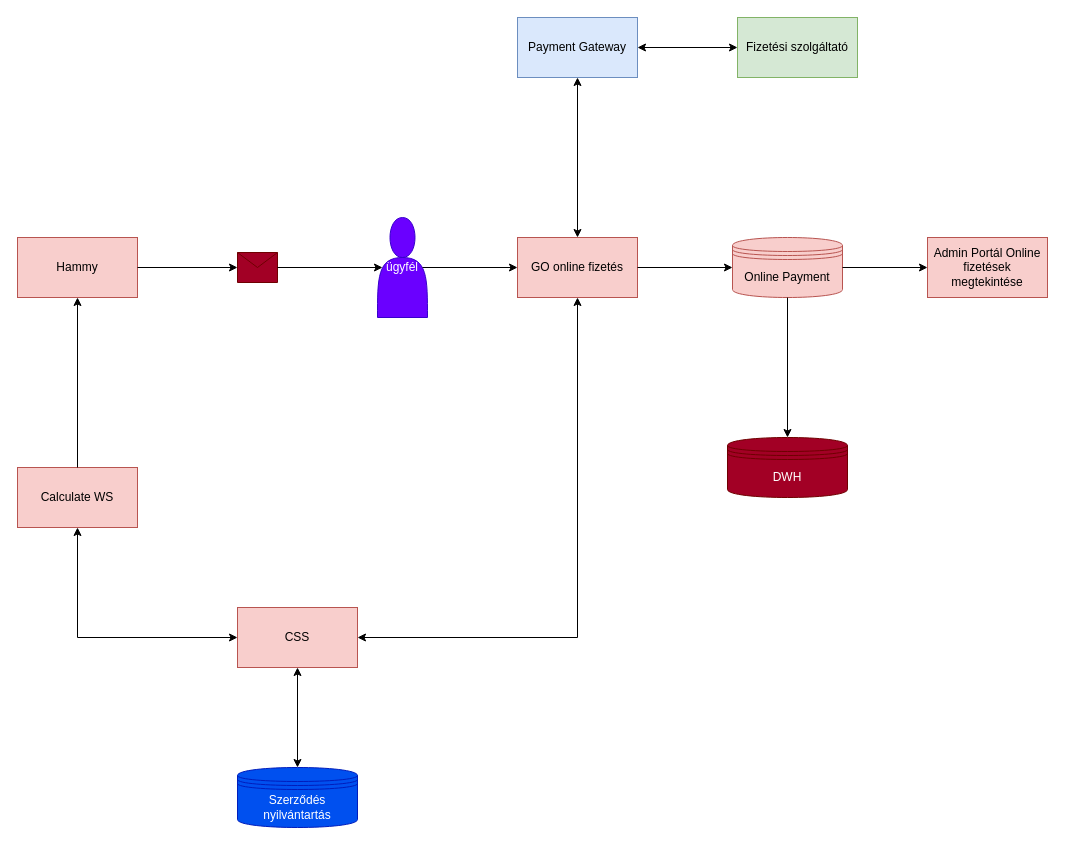
The draw.io diagram OPM_BPMN.drawio in palhazi/PaymentGateway, before the edit. Source tidied: cells renumbered, new cells numbered last; positions are measured from the earlier drawing's top-left corner, leaving out a move shared by most shapes. Both pictures are drawn from the tidied source at 100%, with x=0, y=0 at pixel (17, 17).
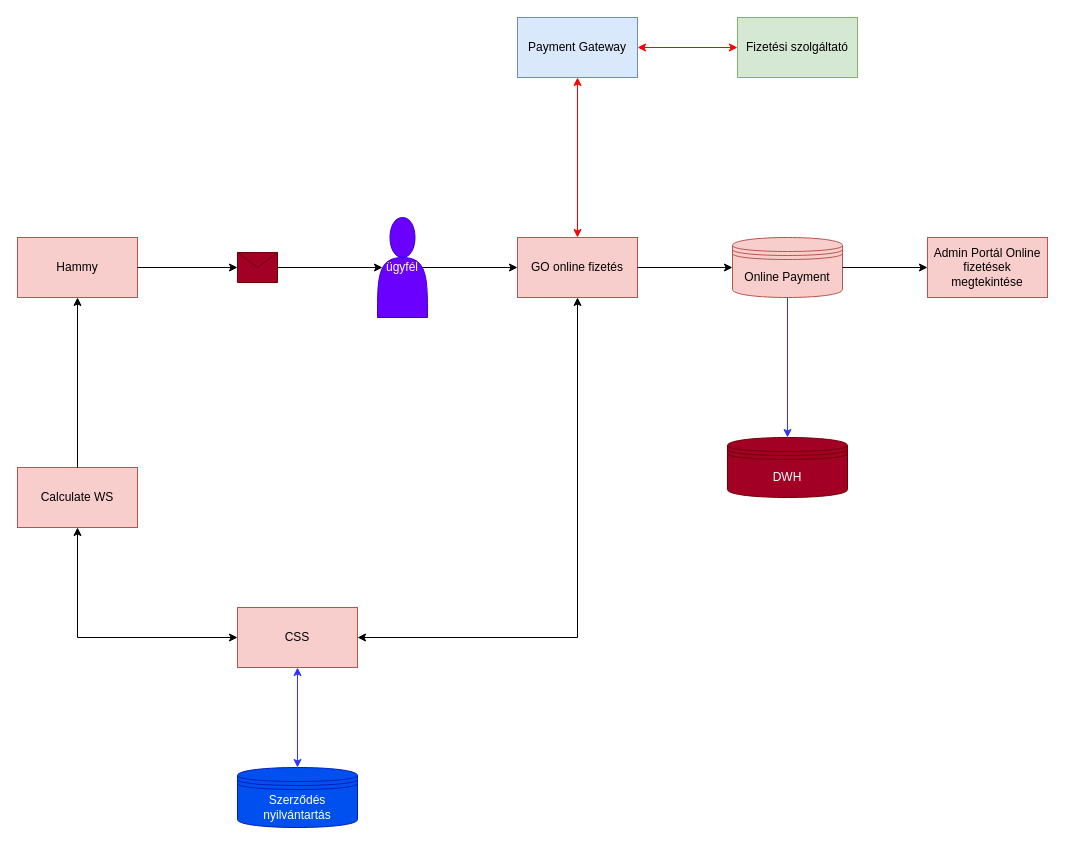
Above is the later version.

Unchanged cells that the change refers to:
```xml
<mxCell id="5" value="CSS" style="rounded=0;whiteSpace=wrap;html=1;fillColor=#f8cecc;strokeColor=#b85450;" parent="1" vertex="1">
  <mxGeometry x="220" y="590" width="120" height="60" as="geometry" />
</mxCell>
<mxCell id="6" value="GO online fizetés" style="rounded=0;whiteSpace=wrap;html=1;fillColor=#f8cecc;strokeColor=#b85450;" parent="1" vertex="1">
  <mxGeometry x="500" y="220" width="120" height="60" as="geometry" />
</mxCell>
<mxCell id="7" value="Payment Gateway" style="rounded=0;whiteSpace=wrap;html=1;fillColor=#dae8fc;strokeColor=#6c8ebf;" parent="1" vertex="1">
  <mxGeometry x="500" width="120" height="60" as="geometry" />
</mxCell>
<mxCell id="8" value="Fizetési szolgáltató" style="rounded=0;whiteSpace=wrap;html=1;fillColor=#d5e8d4;strokeColor=#82b366;" parent="1" vertex="1">
  <mxGeometry x="720" width="120" height="60" as="geometry" />
</mxCell>
<mxCell id="10" value="Online Payment" style="shape=datastore;whiteSpace=wrap;html=1;fillColor=#f8cecc;strokeColor=#b85450;" parent="1" vertex="1">
  <mxGeometry x="715" y="220" width="110" height="60" as="geometry" />
</mxCell>
<mxCell id="11" value="Szerződés nyilvántartás" style="shape=datastore;whiteSpace=wrap;html=1;fillColor=#0050ef;fontColor=#ffffff;strokeColor=#001DBC;" parent="1" vertex="1">
  <mxGeometry x="220" y="750" width="120" height="60" as="geometry" />
</mxCell>
<mxCell id="21" value="DWH" style="shape=datastore;whiteSpace=wrap;html=1;fillColor=#a20025;fontColor=#ffffff;strokeColor=#6F0000;" parent="1" vertex="1">
  <mxGeometry x="710" y="420" width="120" height="60" as="geometry" />
</mxCell>
```

The edit, as a diff of the source:
```diff
@@
-    <mxCell id="19" style="endArrow=classic;startArrow=classic;html=1;rounded=0;entryX=0.5;entryY=1;entryDx=0;entryDy=0;exitX=0.5;exitY=0;exitDx=0;exitDy=0;" parent="1" edge="1" source="6" target="7">
+    <mxCell id="19" style="endArrow=classic;startArrow=classic;html=1;rounded=0;entryX=0.5;entryY=1;entryDx=0;entryDy=0;exitX=0.5;exitY=0;exitDx=0;exitDy=0;strokeColor=#FF0000;" parent="1" edge="1" source="6" target="7">
       <mxGeometry relative="1" as="geometry" />
     </mxCell>
-    <mxCell id="20" style="endArrow=classic;startArrow=classic;html=1;rounded=0;exitX=1;exitY=0.5;exitDx=0;exitDy=0;entryX=0;entryY=0.5;entryDx=0;entryDy=0;" parent="1" edge="1" source="7" target="8">
+    <mxCell id="20" style="endArrow=classic;startArrow=classic;html=1;rounded=0;exitX=1;exitY=0.5;exitDx=0;exitDy=0;entryX=0;entryY=0.5;entryDx=0;entryDy=0;strokeColor=#FF0000;" parent="1" edge="1" source="7" target="8">
       <mxGeometry relative="1" as="geometry" />
     </mxCell>
@@
-    <mxCell id="22" style="endArrow=classic;html=1;rounded=0;exitX=0.5;exitY=1;exitDx=0;exitDy=0;entryX=0.5;entryY=0;entryDx=0;entryDy=0;" parent="1" edge="1" source="10" target="21">
+    <mxCell id="22" style="endArrow=classic;html=1;rounded=0;exitX=0.5;exitY=1;exitDx=0;exitDy=0;entryX=0.5;entryY=0;entryDx=0;entryDy=0;strokeColor=#3333FF;" parent="1" edge="1" source="10" target="21">
       <mxGeometry relative="1" as="geometry" />
     </mxCell>
@@
-    <mxCell id="24" style="endArrow=classic;startArrow=classic;html=1;rounded=0;entryX=0.5;entryY=1;entryDx=0;entryDy=0;exitX=0.5;exitY=0;exitDx=0;exitDy=0;" parent="1" edge="1" source="11" target="5">
+    <mxCell id="24" style="endArrow=classic;startArrow=classic;html=1;rounded=0;entryX=0.5;entryY=1;entryDx=0;entryDy=0;exitX=0.5;exitY=0;exitDx=0;exitDy=0;strokeColor=#3333FF;" parent="1" edge="1" source="11" target="5">
       <mxGeometry relative="1" as="geometry" />
     </mxCell>
```
